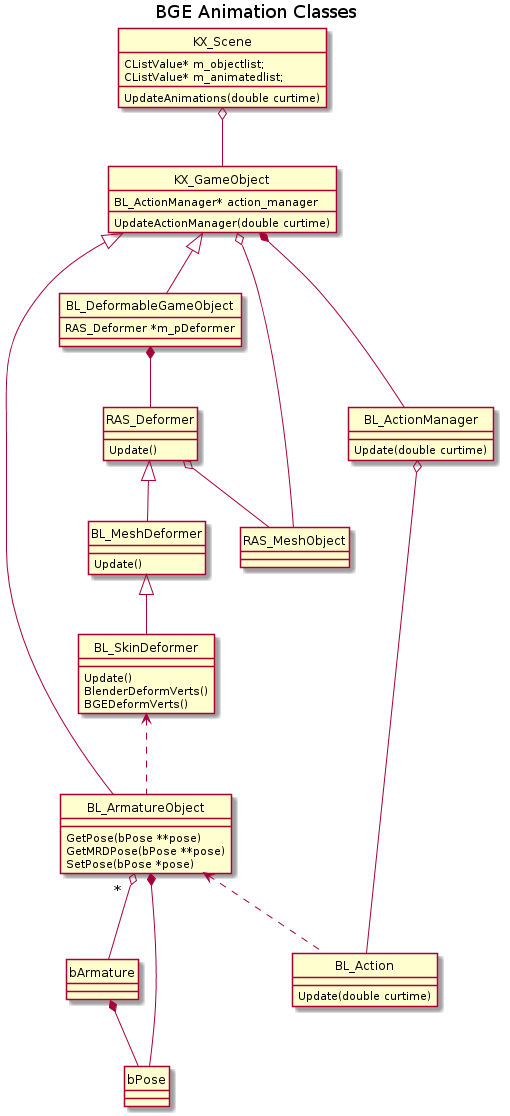
The PlantUML diagram uml/bge_class.png in Moguri/thesis, before a commit.
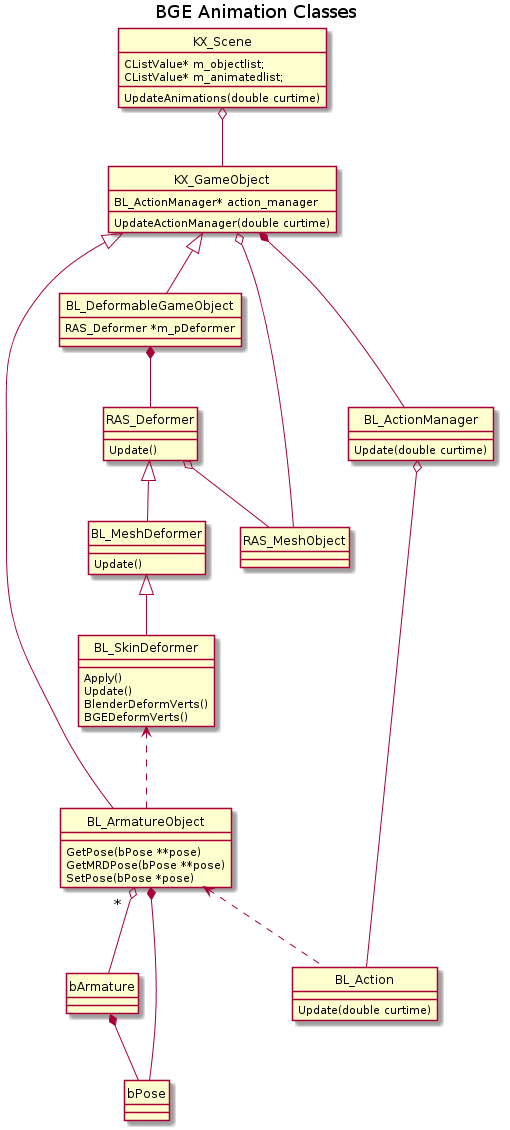
After the change.

Diff of the diagram source:
```diff
@@ -35,6 +35,7 @@
 RAS_Deformer: Update()
 RAS_Deformer o-- RAS_MeshObject
 BL_MeshDeformer: Update()
+BL_SkinDeformer: Apply()
 BL_SkinDeformer: Update()
 BL_SkinDeformer: BlenderDeformVerts()
 BL_SkinDeformer: BGEDeformVerts()
```
